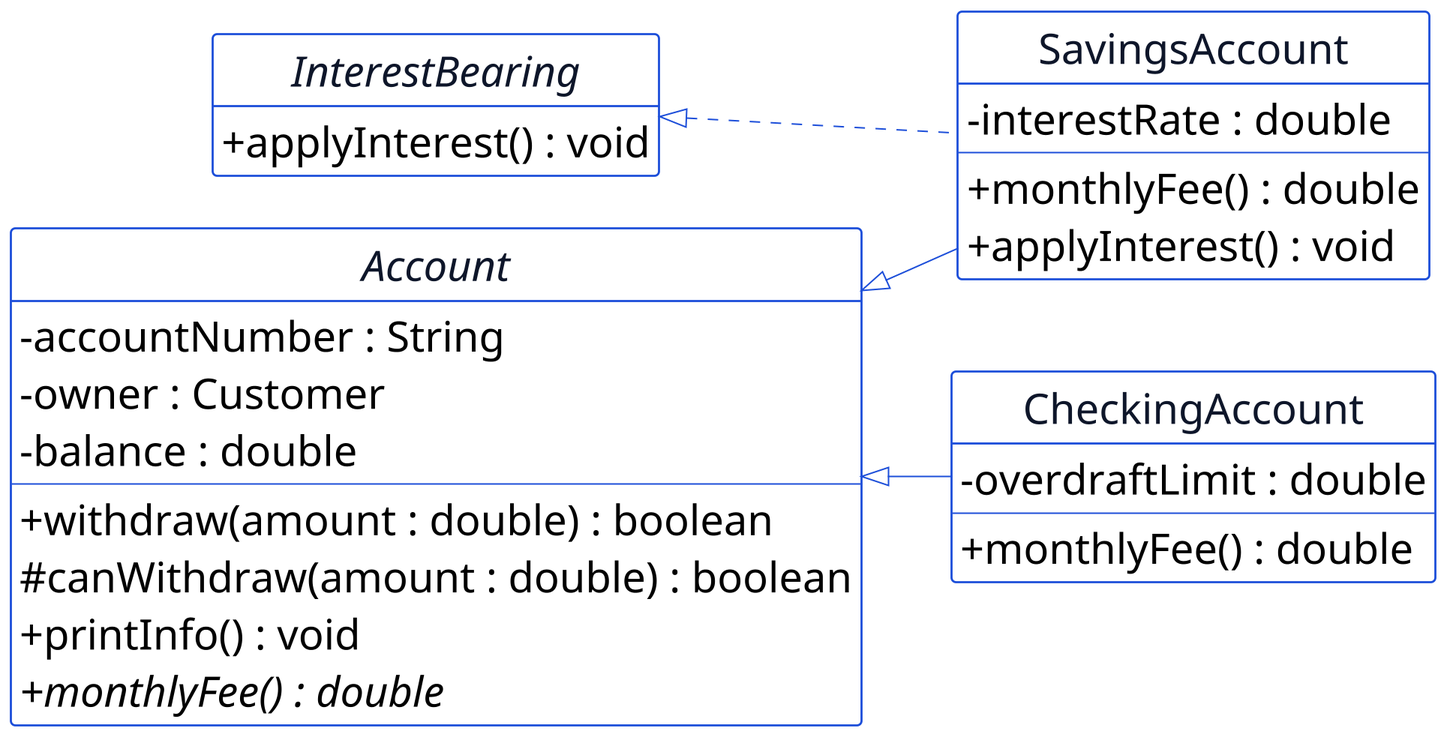
Earlier version of the PlantUML export assets/uml/src/p09-account-abstract.png (dhanifudin/oop). The source it was exported from:
```plantuml
@startuml p09-account-abstract
scale 2
!include _common.iuml
hide circle
hide empty members
left to right direction

abstract class Account {
  - accountNumber : String
  - owner : Customer
  - balance : double
  --
  + withdraw(amount : double) : boolean
  # canWithdraw(amount : double) : boolean
  + printInfo() : void
  + {abstract} monthlyFee() : double
}

interface InterestBearing {
  + applyInterest() : void
}

class SavingsAccount {
  - interestRate : double
  --
  + monthlyFee() : double
  + applyInterest() : void
}

class CheckingAccount {
  - overdraftLimit : double
  --
  + monthlyFee() : double
}

Account <|-- SavingsAccount
Account <|-- CheckingAccount
InterestBearing <|.. SavingsAccount
@enduml
```
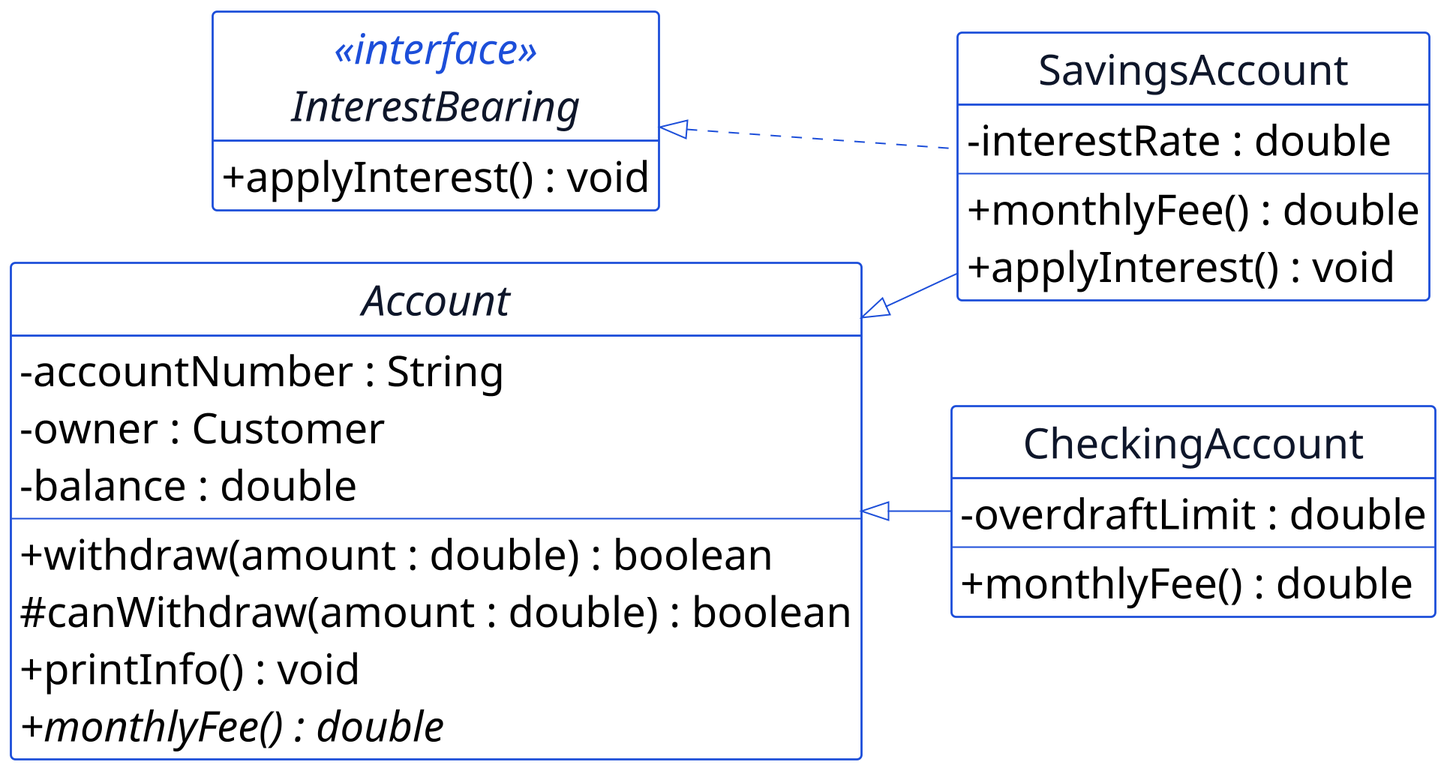
The same diagram one commit later.

Change to the diagram source:
```diff
@@ -16,7 +16,7 @@
   + {abstract} monthlyFee() : double
 }
 
-interface InterestBearing {
+interface InterestBearing <<interface>> {
   + applyInterest() : void
 }
 
```
